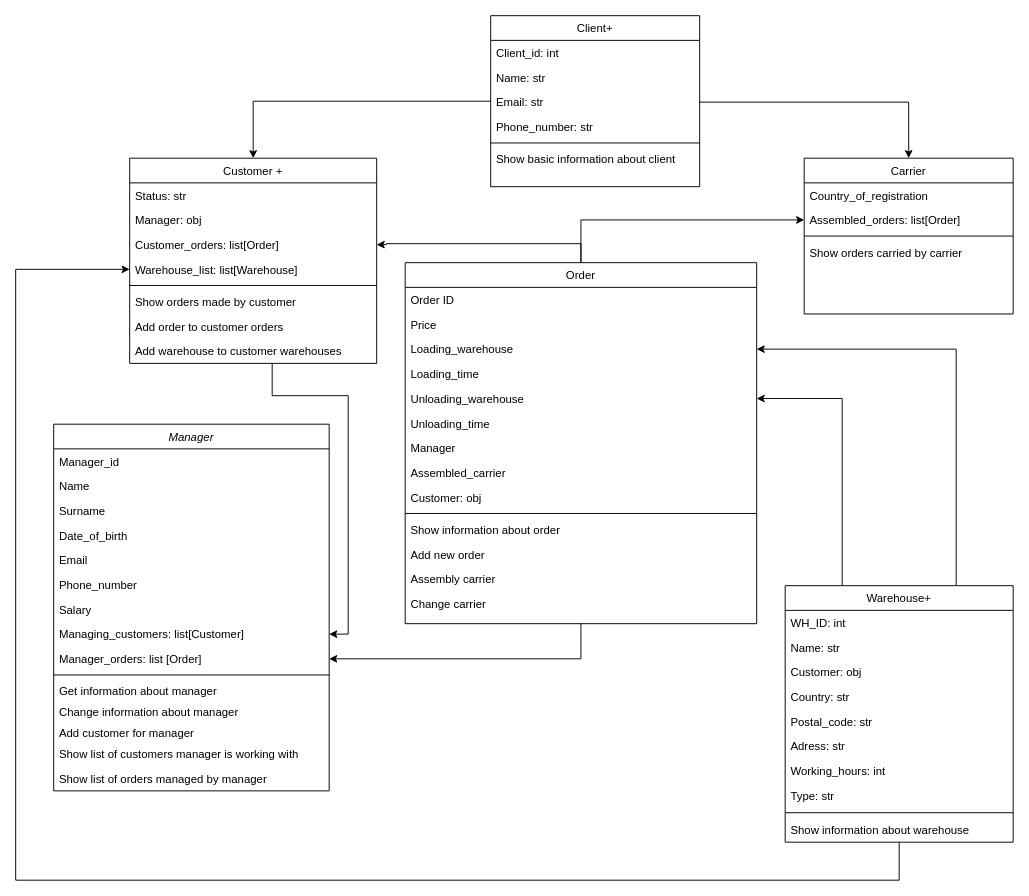
Earlier version of the draw.io diagram miniProjektas.drawio (DDRAV/Miniprojektas-klusterizacija-klasifikacija-). Source tidied: cells renumbered, new cells numbered last; positions are measured from the earlier drawing's top-left corner, leaving out a move shared by most shapes. Both pictures are drawn from the tidied source at 95%, with x=0, y=0 at pixel (15, 15).
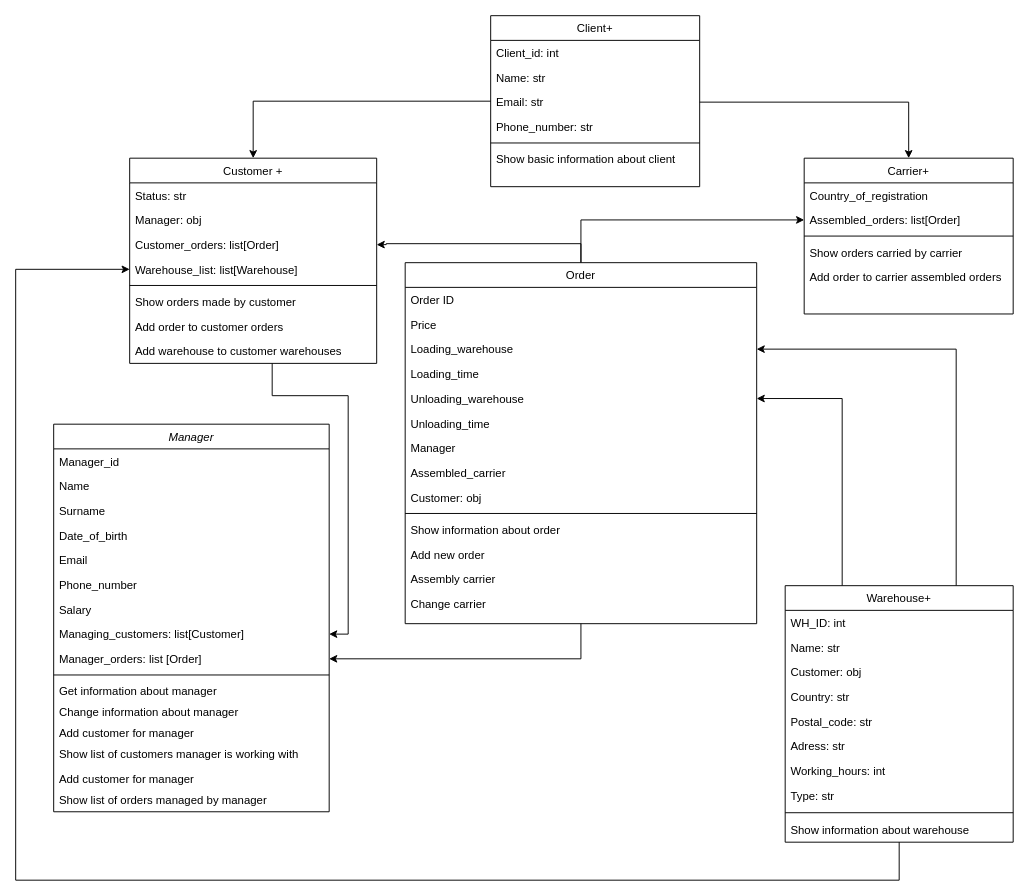
The same page after the edit.

Commit message (it also covers changes not shown here):
change manager/carrier

Change to the diagram source:
```diff
@@
     <mxCell id="2" value="Manager" style="swimlane;fontStyle=2;align=center;verticalAlign=top;horizontal=1;startSize=26;rounded=0;shadow=0;strokeWidth=1;" parent="1" vertex="1">
-      <mxGeometry x="40" y="430" width="290" height="386" as="geometry" />
+      <mxGeometry x="40" y="430" width="290" height="408" as="geometry" />
     </mxCell>
@@
+    <mxCell id="74" value="Add customer for manager" style="text;align=left;verticalAlign=top;spacingLeft=4;spacingRight=4;overflow=hidden;" parent="2" vertex="1">
+      <mxGeometry y="360" width="290" height="22" as="geometry" />
+    </mxCell>
     <mxCell id="17" value="Show list of orders managed by manager" style="text;align=left;verticalAlign=top;spacingLeft=4;spacingRight=4;overflow=hidden;" parent="2" vertex="1">
-      <mxGeometry y="360" width="290" height="26" as="geometry" />
+      <mxGeometry y="382" width="290" height="26" as="geometry" />
     </mxCell>
@@
-    <mxCell id="46" value="Carrier" style="swimlane;fontStyle=0;align=center;verticalAlign=top;horizontal=1;startSize=26;rounded=0;shadow=0;strokeWidth=1;" parent="1" vertex="1">
+    <mxCell id="46" value="Carrier+" style="swimlane;fontStyle=0;align=center;verticalAlign=top;horizontal=1;startSize=26;rounded=0;shadow=0;strokeWidth=1;" parent="1" vertex="1">
       <mxGeometry x="830" y="150" width="220" height="164" as="geometry" />
     </mxCell>
@@
+    <mxCell id="75" value="Add order to carrier assembled orders" style="text;align=left;verticalAlign=top;spacingLeft=4;spacingRight=4;overflow=hidden;" parent="46" vertex="1">
+      <mxGeometry y="112" width="220" height="26" as="geometry" />
+    </mxCell>
```
